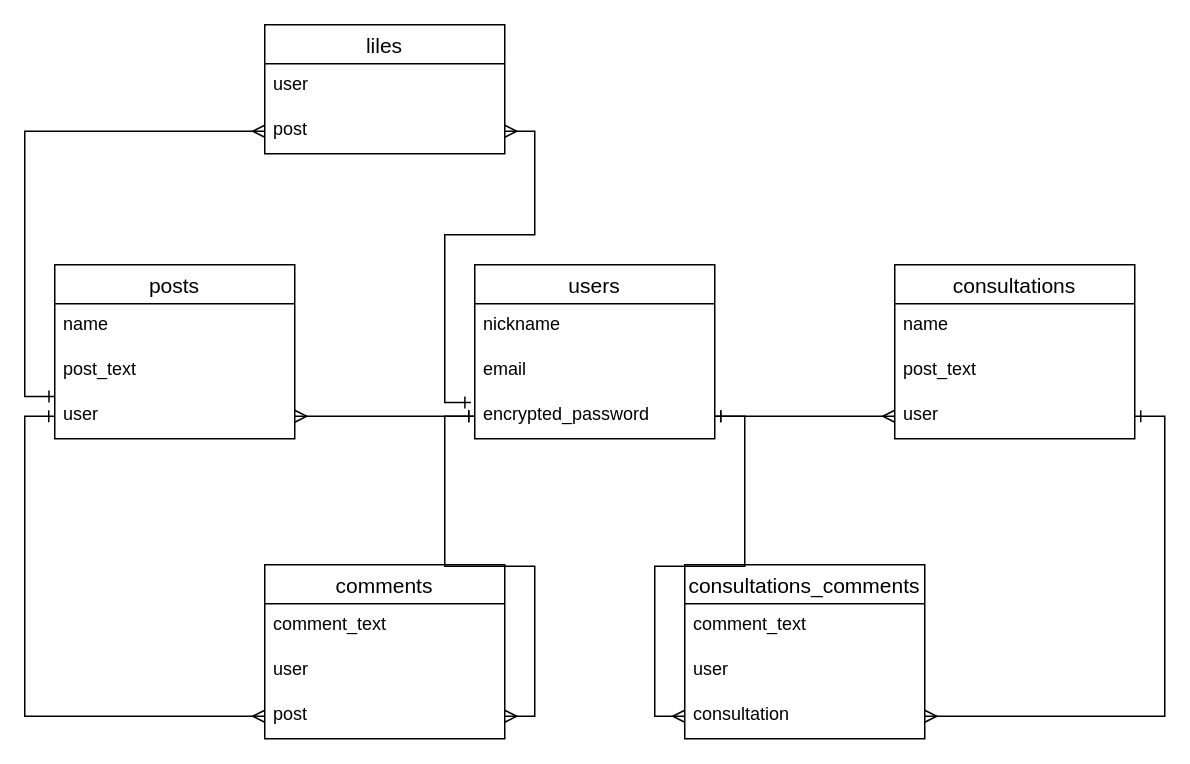
takanotakuya/bikerlife-989 keeps this draw.io diagram as topbikerlife.dio. Above is the earlier version. Source tidied: cells renumbered, new cells numbered last; positions are measured from the earlier drawing's top-left corner, leaving out a move shared by most shapes. Both pictures are drawn from the tidied source at 150%, with x=0, y=0 at pixel (54, 24).
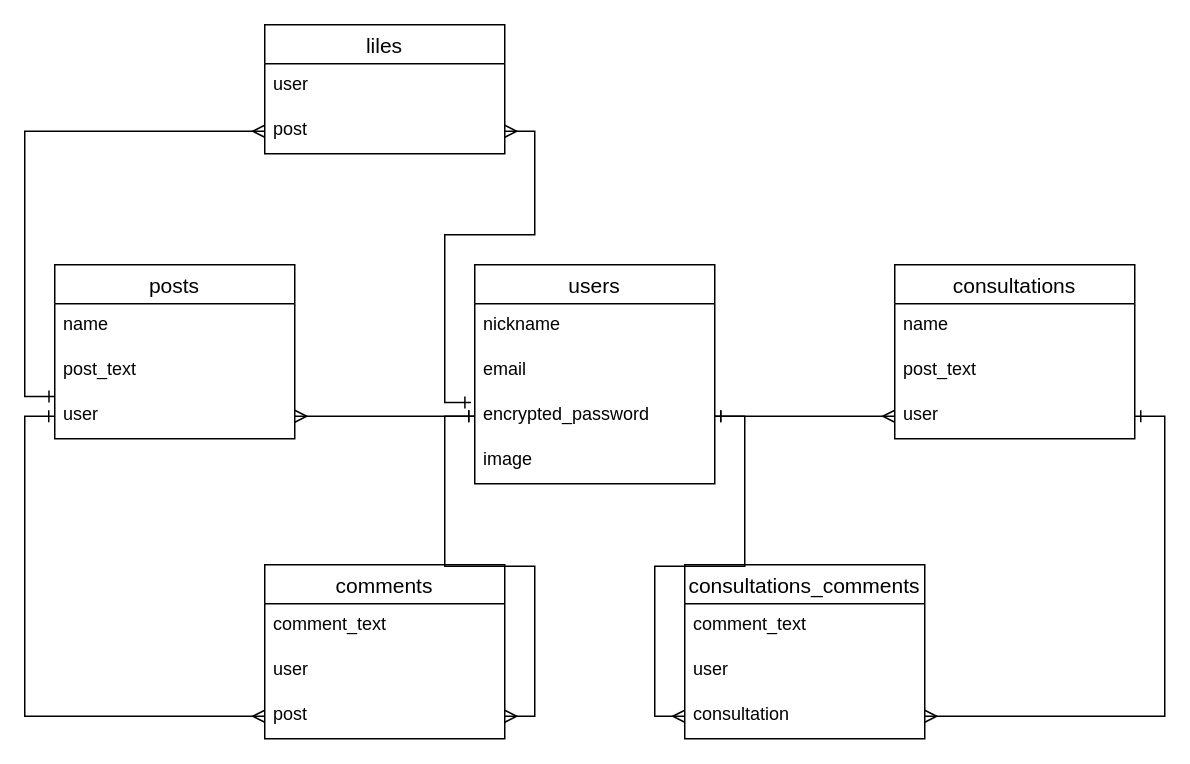
The same page after the edit.

What changed in the source:
```diff
@@
     <mxCell id="2" value="users" style="swimlane;fontStyle=0;horizontal=1;startSize=26;align=center;fontSize=14;" parent="1" vertex="1">
-      <mxGeometry x="280" y="160" width="160" height="116" as="geometry" />
+      <mxGeometry x="280" y="160" width="160" height="146" as="geometry" />
     </mxCell>
@@
+    <mxCell id="33" value="image" style="text;strokeColor=none;fillColor=none;spacingLeft=4;spacingRight=4;overflow=hidden;fontSize=12;" parent="2" vertex="1">
+      <mxGeometry y="116" width="160" height="30" as="geometry" />
+    </mxCell>
```
